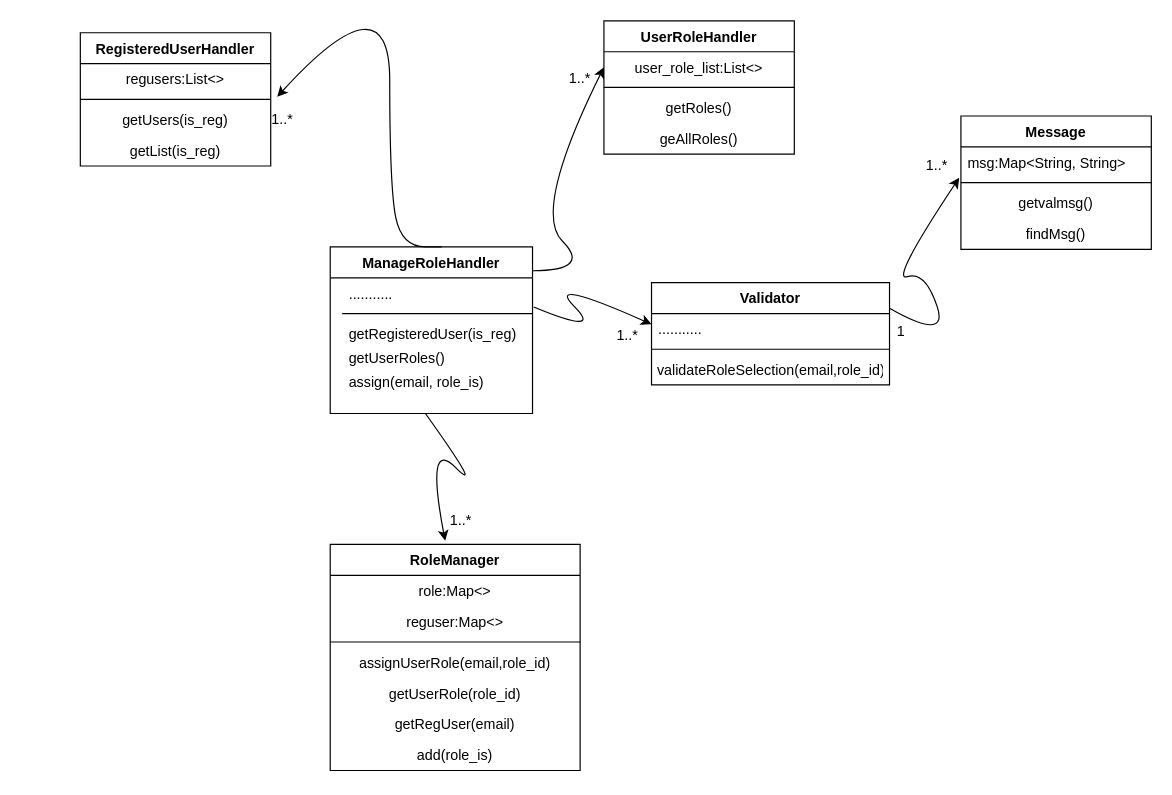
Before: page "Page-4" (4 of 4) of operation_diagram_1.drawio in jonamadk/DrawIO, a draw.io diagram. Source tidied: cells renumbered, new cells numbered last; positions are measured from the earlier drawing's top-left corner, leaving out a move shared by most shapes. Both pictures are drawn from the tidied source at 119%, with x=0, y=0 at pixel (80, -27).
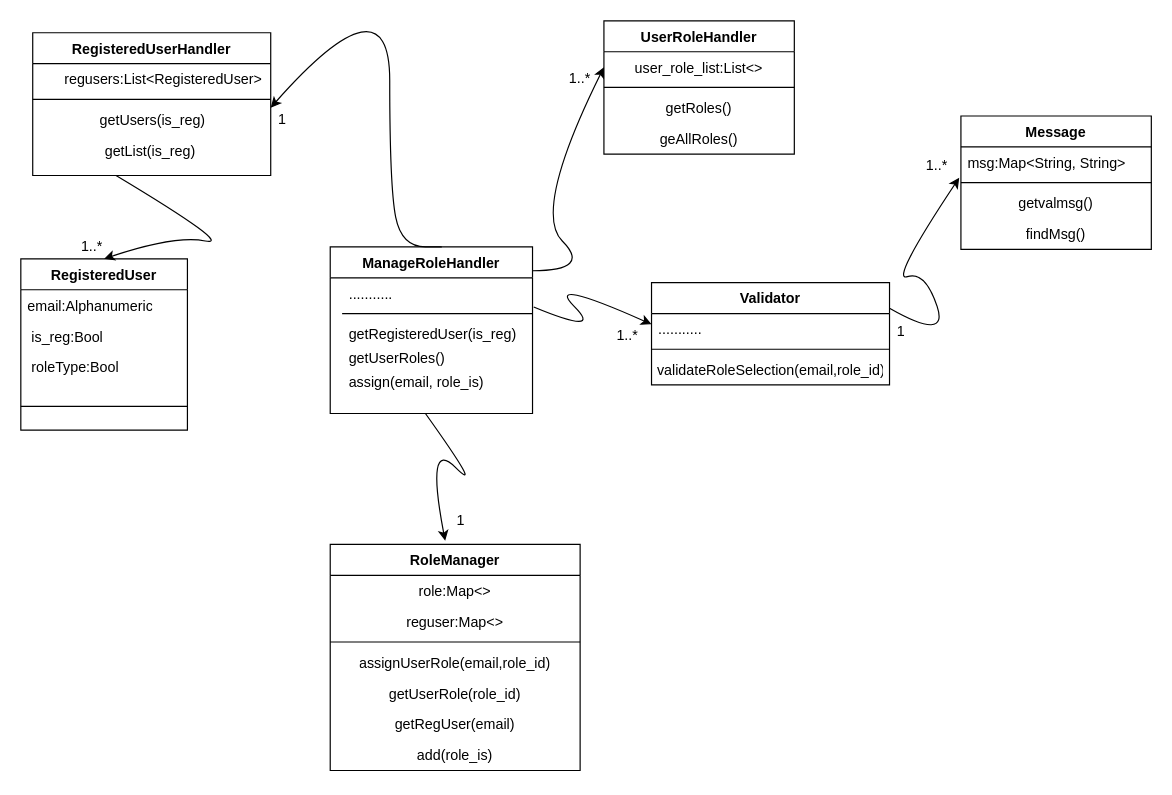
After the change.

The edit, as a diff of the source:
```diff
@@
-    <mxCell id="7" style="curved=1;endArrow=classic;html=1;rounded=0;entryX=1.034;entryY=1.072;entryDx=0;entryDy=0;entryPerimeter=0;" parent="1" edge="1" target="12">
+    <mxCell id="7" style="curved=1;endArrow=classic;html=1;rounded=0;entryX=0;entryY=0;entryDx=0;entryDy=0;" parent="1" edge="1" target="41">
       <mxGeometry relative="1" as="geometry">
         <mxPoint x="300" y="230" as="sourcePoint" />
         <Array as="points">
           <mxPoint x="310" y="230" />
           <mxPoint x="270" y="230" />
           <mxPoint x="260" y="180" />
           <mxPoint x="260" />
         </Array>
       </mxGeometry>
     </mxCell>
@@
     <mxCell id="11" value="RegisteredUserHandler" style="swimlane;fontStyle=1;align=center;verticalAlign=top;horizontal=1;startSize=26;whiteSpace=wrap;html=1;" parent="1" vertex="1">
-      <mxGeometry y="50" width="160" height="112" as="geometry" />
+      <mxGeometry x="-40" y="50" width="200" height="120" as="geometry" />
     </mxCell>
-    <mxCell id="12" value="regusers:List&amp;lt;&amp;gt;" style="text;strokeColor=none;fillColor=none;align=center;verticalAlign=top;spacingLeft=4;spacingRight=4;overflow=hidden;points=[[0,0.5],[1,0.5]];portConstraint=eastwest;whiteSpace=wrap;html=1;" parent="1" vertex="1">
-      <mxGeometry y="76" width="160" height="26" as="geometry" />
+    <mxCell id="12" value="regusers:List&amp;lt;RegisteredUser&amp;gt;" style="text;strokeColor=none;fillColor=none;align=center;verticalAlign=top;spacingLeft=4;spacingRight=4;overflow=hidden;points=[[0,0.5],[1,0.5]];portConstraint=eastwest;whiteSpace=wrap;html=1;" parent="1" vertex="1">
+      <mxGeometry x="-20" y="76" width="180" height="26" as="geometry" />
     </mxCell>
     <mxCell id="13" style="line;strokeWidth=1;fillColor=none;align=left;verticalAlign=middle;spacingTop=-1;spacingLeft=3;spacingRight=3;labelPosition=right;strokeColor=inherit;" parent="1" vertex="1">
-      <mxGeometry y="102" width="160" height="8" as="geometry" />
+      <mxGeometry x="-40" y="102" width="200" height="8" as="geometry" />
     </mxCell>
     <mxCell id="14" value="getUsers(is_reg)&lt;div&gt;&lt;br&gt;&lt;/div&gt;" style="text;strokeColor=none;fillColor=none;align=center;verticalAlign=top;spacingLeft=4;spacingRight=4;overflow=hidden;whiteSpace=wrap;html=1;" parent="1" vertex="1">
-      <mxGeometry y="110" width="160" height="26" as="geometry" />
+      <mxGeometry x="-19" y="110" width="160" height="26" as="geometry" />
     </mxCell>
     <mxCell id="15" value="getList(is_reg)" style="text;strokeColor=none;fillColor=none;align=center;verticalAlign=top;spacingLeft=4;spacingRight=4;overflow=hidden;whiteSpace=wrap;html=1;" parent="1" vertex="1">
-      <mxGeometry y="136" width="160" height="26" as="geometry" />
+      <mxGeometry x="-21" y="136" width="160" height="26" as="geometry" />
     </mxCell>
@@
-    <mxCell id="41" value="1..*" style="text;html=1;align=center;verticalAlign=middle;whiteSpace=wrap;rounded=0;" parent="1" vertex="1">
+    <mxCell id="41" value="1" style="text;html=1;align=center;verticalAlign=middle;whiteSpace=wrap;rounded=0;" parent="1" vertex="1">
       <mxGeometry x="160" y="113" width="20" height="20" as="geometry" />
     </mxCell>
@@
-    <mxCell id="44" value="1..*" style="text;html=1;align=center;verticalAlign=middle;whiteSpace=wrap;rounded=0;" parent="1" vertex="1">
+    <mxCell id="44" value="1" style="text;html=1;align=center;verticalAlign=middle;whiteSpace=wrap;rounded=0;" parent="1" vertex="1">
       <mxGeometry x="310" y="450" width="20" height="20" as="geometry" />
     </mxCell>
@@
+    <mxCell id="46" value="RegisteredUser" style="swimlane;fontStyle=1;align=center;verticalAlign=top;horizontal=1;startSize=26;whiteSpace=wrap;html=1;" parent="1" vertex="1">
+      <mxGeometry x="-50" y="240" width="140" height="144" as="geometry" />
+    </mxCell>
+    <mxCell id="47" value="email:Alphanumeric&lt;div&gt;&lt;br&gt;&lt;/div&gt;" style="text;strokeColor=none;fillColor=none;align=left;verticalAlign=top;spacingLeft=4;spacingRight=4;overflow=hidden;whiteSpace=wrap;html=1;" parent="46" vertex="1">
+      <mxGeometry y="26" width="140" height="26" as="geometry" />
+    </mxCell>
+    <mxCell id="48" value="&amp;nbsp;is_reg:Bool&amp;nbsp;&lt;div&gt;&lt;br&gt;&lt;div&gt;&lt;br&gt;&lt;/div&gt;&lt;/div&gt;" style="text;strokeColor=none;fillColor=none;align=left;verticalAlign=top;spacingLeft=4;spacingRight=4;overflow=hidden;whiteSpace=wrap;html=1;" parent="46" vertex="1">
+      <mxGeometry y="52" width="140" height="26" as="geometry" />
+    </mxCell>
+    <mxCell id="49" value="&amp;nbsp;roleType:Bool&amp;nbsp;&lt;div&gt;&lt;br&gt;&lt;div&gt;&lt;br&gt;&lt;/div&gt;&lt;/div&gt;" style="text;strokeColor=none;fillColor=none;align=left;verticalAlign=top;spacingLeft=4;spacingRight=4;overflow=hidden;whiteSpace=wrap;html=1;" parent="46" vertex="1">
+      <mxGeometry y="78" width="140" height="26" as="geometry" />
+    </mxCell>
+    <mxCell id="50" style="line;strokeWidth=1;fillColor=none;align=left;verticalAlign=middle;spacingTop=-1;spacingLeft=3;spacingRight=3;labelPosition=right;strokeColor=inherit;" parent="46" vertex="1">
+      <mxGeometry y="104" width="140" height="40" as="geometry" />
+    </mxCell>
+    <mxCell id="51" style="curved=1;endArrow=classic;html=1;rounded=0;entryX=0.5;entryY=0;entryDx=0;entryDy=0;" parent="1" edge="1" target="46">
+      <mxGeometry relative="1" as="geometry">
+        <mxPoint x="30" y="170" as="sourcePoint" />
+        <Array as="points">
+          <mxPoint x="130" y="230" />
+          <mxPoint x="80" y="220" />
+        </Array>
+      </mxGeometry>
+    </mxCell>
+    <mxCell id="52" value="1..*" style="text;html=1;align=center;verticalAlign=middle;whiteSpace=wrap;rounded=0;" parent="1" vertex="1">
+      <mxGeometry y="220" width="20" height="20" as="geometry" />
+    </mxCell>
```
